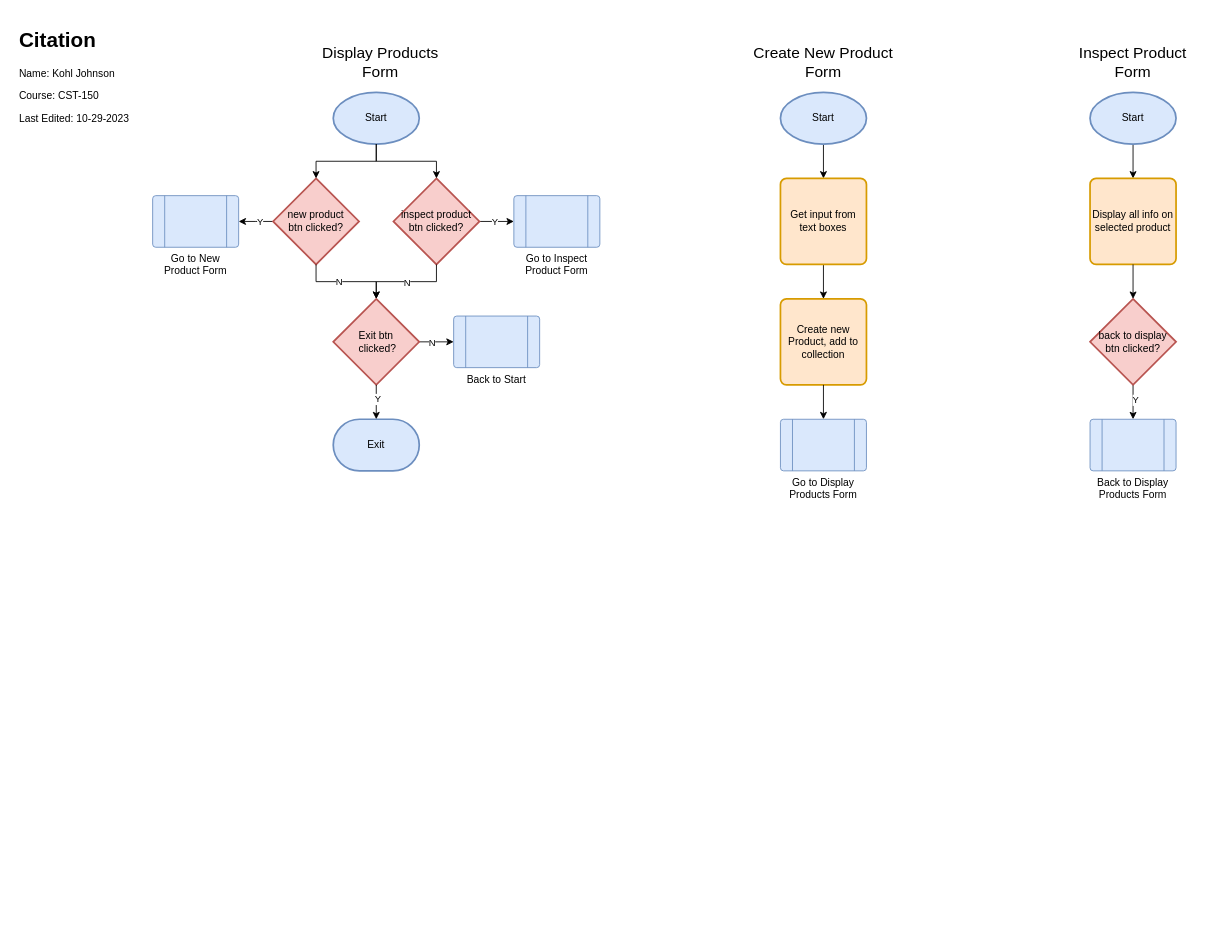
Before: CST-150 (C#)/Designs/Flowchart.drawio in Kohl2233/KohlGCU, a draw.io diagram. Source tidied: cells renumbered, new cells numbered last; positions are measured from the earlier drawing's top-left corner, leaving out a move shared by most shapes. Both pictures are drawn from the tidied source at 86%, with x=0, y=0 at pixel (15, 23).
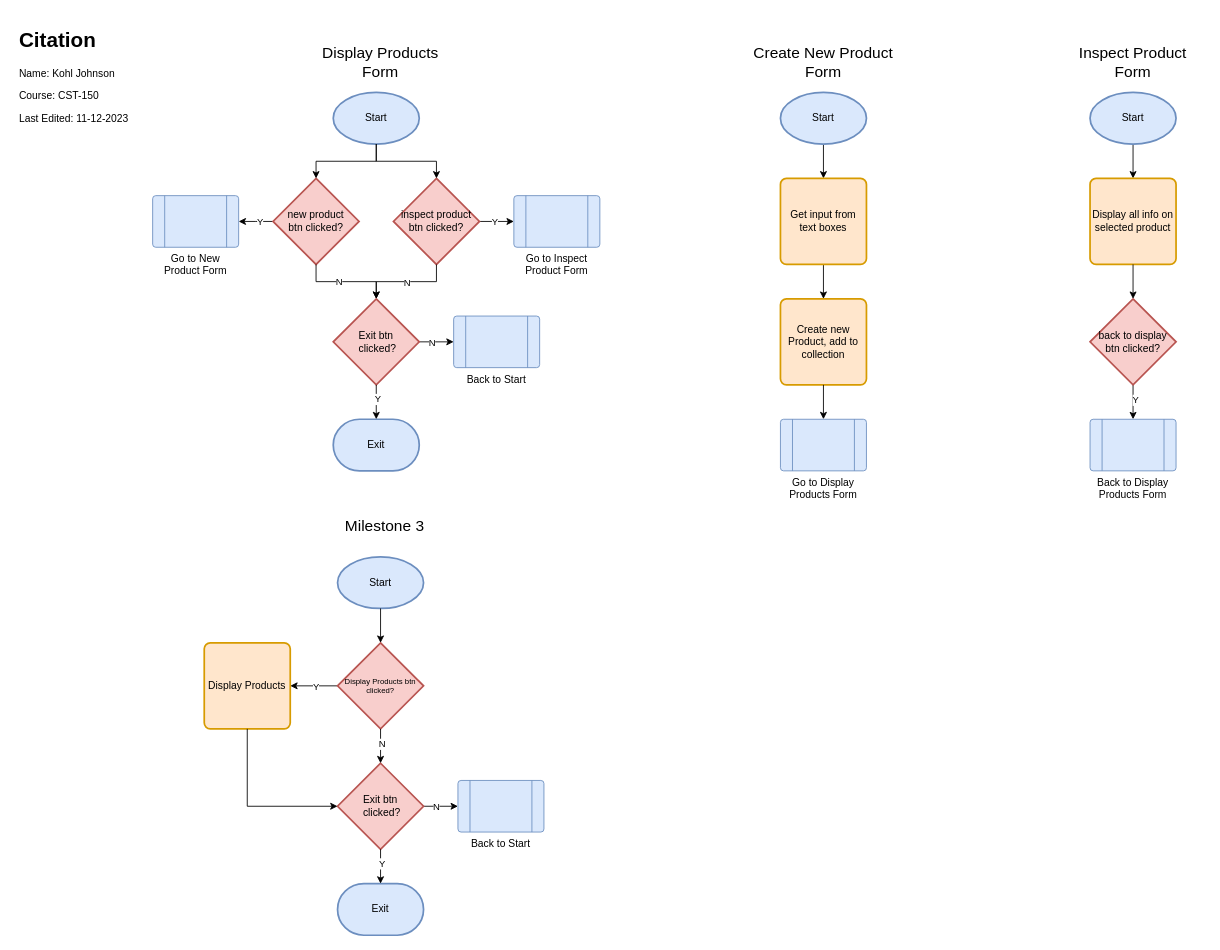
The same page after the edit.

Diff of the diagram source:
```diff
@@
-    <mxCell id="42" value="&lt;h1 style=&quot;border-color: var(--border-color);&quot;&gt;Citation&lt;/h1&gt;&lt;h1&gt;&lt;p style=&quot;border-color: var(--border-color); font-size: 12px; font-weight: 400;&quot;&gt;Name: Kohl Johnson&lt;/p&gt;&lt;p style=&quot;border-color: var(--border-color); font-size: 12px; font-weight: 400;&quot;&gt;Course: CST-150&lt;/p&gt;&lt;p style=&quot;border-color: var(--border-color); font-size: 12px; font-weight: 400;&quot;&gt;Last Edited: 10-29-2023&lt;/p&gt;&lt;/h1&gt;" style="text;html=1;strokeColor=none;fillColor=none;spacing=5;spacingTop=-20;whiteSpace=wrap;overflow=hidden;rounded=0;" parent="1" vertex="1">
+    <mxCell id="42" value="&lt;h1 style=&quot;border-color: var(--border-color);&quot;&gt;Citation&lt;/h1&gt;&lt;h1&gt;&lt;p style=&quot;border-color: var(--border-color); font-size: 12px; font-weight: 400;&quot;&gt;Name: Kohl Johnson&lt;/p&gt;&lt;p style=&quot;border-color: var(--border-color); font-size: 12px; font-weight: 400;&quot;&gt;Course: CST-150&lt;/p&gt;&lt;p style=&quot;border-color: var(--border-color); font-size: 12px; font-weight: 400;&quot;&gt;Last Edited: 11-12-2023&lt;/p&gt;&lt;/h1&gt;" style="text;html=1;strokeColor=none;fillColor=none;spacing=5;spacingTop=-20;whiteSpace=wrap;overflow=hidden;rounded=0;" parent="1" vertex="1">
       <mxGeometry width="190" height="120" as="geometry" />
     </mxCell>
+    <mxCell id="43" value="Start" style="strokeWidth=2;html=1;shape=mxgraph.flowchart.start_1;whiteSpace=wrap;fillColor=#dae8fc;strokeColor=#6c8ebf;" parent="1" vertex="1">
+      <mxGeometry x="375" y="620" width="100" height="60" as="geometry" />
+    </mxCell>
+    <mxCell id="44" style="edgeStyle=orthogonalEdgeStyle;rounded=0;jettySize=auto;html=1;entryX=1;entryY=0.5;entryDx=0;entryDy=0;" parent="1" edge="1" source="46" target="58">
+      <mxGeometry relative="1" as="geometry" />
+    </mxCell>
+    <mxCell id="45" value="Y" style="edgeLabel;html=1;align=center;verticalAlign=middle;" parent="44" vertex="1">
+      <mxGeometry y="3" relative="1" as="geometry">
+        <mxPoint x="2" y="-3" as="offset" />
+      </mxGeometry>
+    </mxCell>
+    <mxCell id="46" value="Display Products btn clicked?" style="strokeWidth=2;html=1;shape=mxgraph.flowchart.decision;whiteSpace=wrap;fillColor=#f8cecc;strokeColor=#b85450;fontSize=9;" parent="1" vertex="1">
+      <mxGeometry x="375" y="720" width="100" height="100" as="geometry" />
+    </mxCell>
+    <mxCell id="47" style="edgeStyle=orthogonalEdgeStyle;rounded=0;jettySize=auto;html=1;entryX=0.5;entryY=0;entryDx=0;entryDy=0;entryPerimeter=0;" parent="1" edge="1" source="43" target="46">
+      <mxGeometry relative="1" as="geometry" />
+    </mxCell>
+    <mxCell id="48" style="edgeStyle=orthogonalEdgeStyle;rounded=0;jettySize=auto;html=1;entryX=0;entryY=0.5;entryDx=0;entryDy=0;" parent="1" edge="1" source="50" target="56">
+      <mxGeometry relative="1" as="geometry" />
+    </mxCell>
+    <mxCell id="49" value="N" style="edgeLabel;html=1;align=center;verticalAlign=middle;" parent="48" vertex="1">
+      <mxGeometry x="-0.3" relative="1" as="geometry" />
+    </mxCell>
+    <mxCell id="50" value="Exit btn&lt;br&gt;&amp;nbsp;clicked?" style="strokeWidth=2;html=1;shape=mxgraph.flowchart.decision;whiteSpace=wrap;fillColor=#f8cecc;strokeColor=#b85450;" parent="1" vertex="1">
+      <mxGeometry x="375" y="860" width="100" height="100" as="geometry" />
+    </mxCell>
+    <mxCell id="51" style="edgeStyle=orthogonalEdgeStyle;rounded=0;jettySize=auto;html=1;entryX=0.5;entryY=0;entryDx=0;entryDy=0;entryPerimeter=0;" parent="1" edge="1" source="46" target="50">
+      <mxGeometry relative="1" as="geometry" />
+    </mxCell>
+    <mxCell id="52" value="N" style="edgeLabel;html=1;align=center;verticalAlign=middle;" parent="51" vertex="1">
+      <mxGeometry x="-0.16" y="1" relative="1" as="geometry" />
+    </mxCell>
+    <mxCell id="53" value="Exit" style="strokeWidth=2;html=1;shape=mxgraph.flowchart.terminator;whiteSpace=wrap;fillColor=#dae8fc;strokeColor=#6c8ebf;" parent="1" vertex="1">
+      <mxGeometry x="375" y="1000" width="100" height="60" as="geometry" />
+    </mxCell>
+    <mxCell id="54" style="edgeStyle=orthogonalEdgeStyle;rounded=0;jettySize=auto;html=1;entryX=0.5;entryY=0;entryDx=0;entryDy=0;entryPerimeter=0;" parent="1" edge="1" source="50" target="53">
+      <mxGeometry relative="1" as="geometry" />
+    </mxCell>
+    <mxCell id="55" value="Y" style="edgeLabel;html=1;align=center;verticalAlign=middle;" parent="54" vertex="1">
+      <mxGeometry x="-0.19" y="1" relative="1" as="geometry" />
+    </mxCell>
+    <mxCell id="56" value="Back to Start" style="verticalLabelPosition=bottom;verticalAlign=top;html=1;shape=process;whiteSpace=wrap;rounded=1;size=0.14;arcSize=6;fillColor=#dae8fc;strokeColor=#6c8ebf;" parent="1" vertex="1">
+      <mxGeometry x="515" y="880" width="100" height="60" as="geometry" />
+    </mxCell>
+    <mxCell id="57" value="Milestone 3" style="text;html=1;strokeColor=none;fillColor=none;align=center;verticalAlign=middle;whiteSpace=wrap;rounded=0;fontSize=18;" parent="1" vertex="1">
+      <mxGeometry x="345" y="570" width="170" height="30" as="geometry" />
+    </mxCell>
+    <mxCell id="58" value="Display Products" style="rounded=1;whiteSpace=wrap;html=1;absoluteArcSize=1;arcSize=14;strokeWidth=2;fillColor=#ffe6cc;strokeColor=#d79b00;" parent="1" vertex="1">
+      <mxGeometry x="220" y="720" width="100" height="100" as="geometry" />
+    </mxCell>
+    <mxCell id="59" style="edgeStyle=orthogonalEdgeStyle;rounded=0;jettySize=auto;html=1;entryX=0;entryY=0.5;entryDx=0;entryDy=0;entryPerimeter=0;" parent="1" edge="1" source="58" target="50">
+      <mxGeometry relative="1" as="geometry">
+        <Array as="points">
+          <mxPoint x="270" y="910" />
+        </Array>
+      </mxGeometry>
+    </mxCell>
```
